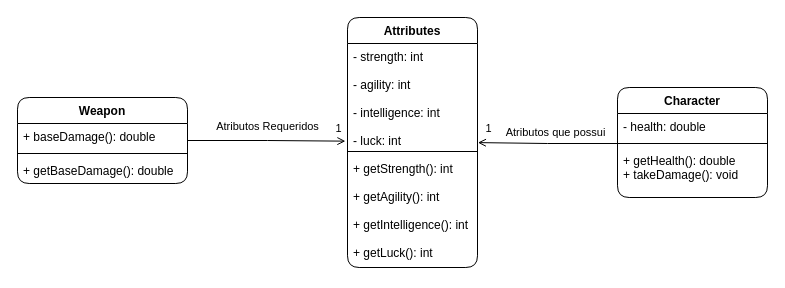
Above: docs/UMLReport/Attributes.drawio in marhcouto/fallout0 (draw.io), before the change. Source tidied: cells renumbered, new cells numbered last; positions are measured from the earlier drawing's top-left corner, leaving out a move shared by most shapes. Both pictures are drawn from the tidied source at 100%, with x=0, y=0 at pixel (17, 17).
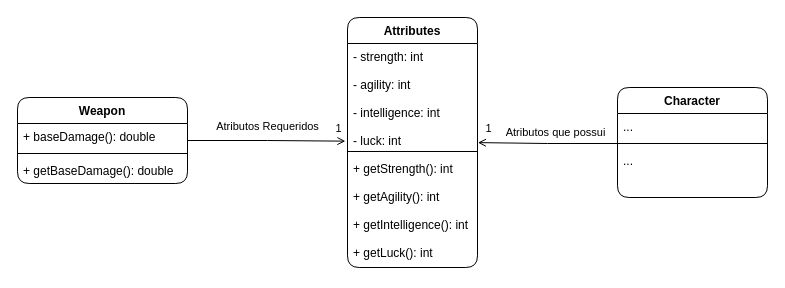
The same diagram, later.

The change refers to these unchanged cells:
```xml
<mxCell id="13" value="Character" style="swimlane;fontStyle=1;align=center;verticalAlign=top;horizontal=1;startSize=26;rounded=1;shadow=0;glass=0;sketch=0;gradientColor=none;" parent="1" vertex="1">
  <mxGeometry x="600" y="70" width="150" height="110" as="geometry" />
</mxCell>
```

The edit, as a diff of the source:
```diff
@@
-    <mxCell id="14" value="- health: double" style="text;strokeColor=none;fillColor=none;align=left;verticalAlign=top;spacingLeft=4;spacingRight=4;overflow=hidden;" parent="13" vertex="1">
+    <mxCell id="14" value="..." style="text;strokeColor=none;fillColor=none;align=left;verticalAlign=top;spacingLeft=4;spacingRight=4;overflow=hidden;" parent="13" vertex="1">
       <mxGeometry y="26" width="150" height="26" as="geometry" />
     </mxCell>
@@
-    <mxCell id="16" value="+ getHealth(): double&#10;+ takeDamage(): void" style="text;strokeColor=none;fillColor=none;align=left;verticalAlign=top;spacingLeft=4;spacingRight=4;overflow=hidden;" parent="13" vertex="1">
+    <mxCell id="16" value="..." style="text;strokeColor=none;fillColor=none;align=left;verticalAlign=top;spacingLeft=4;spacingRight=4;overflow=hidden;" parent="13" vertex="1">
       <mxGeometry y="60" width="150" height="50" as="geometry" />
     </mxCell>
```
